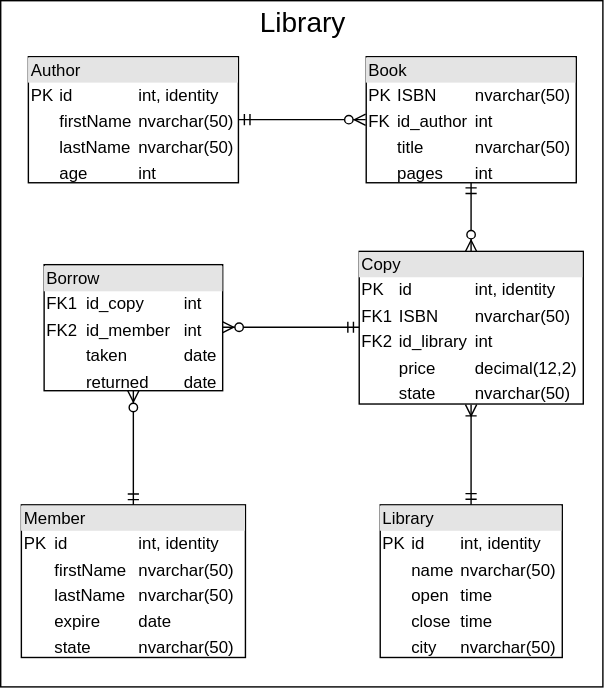
Before: library-diagram.svg, a diagram exported from draw.io (mikanaaa/library-database). Source tidied: cells renumbered, new cells last; positions are measured from the earlier drawing's top-left corner, leaving out a move shared by most shapes.
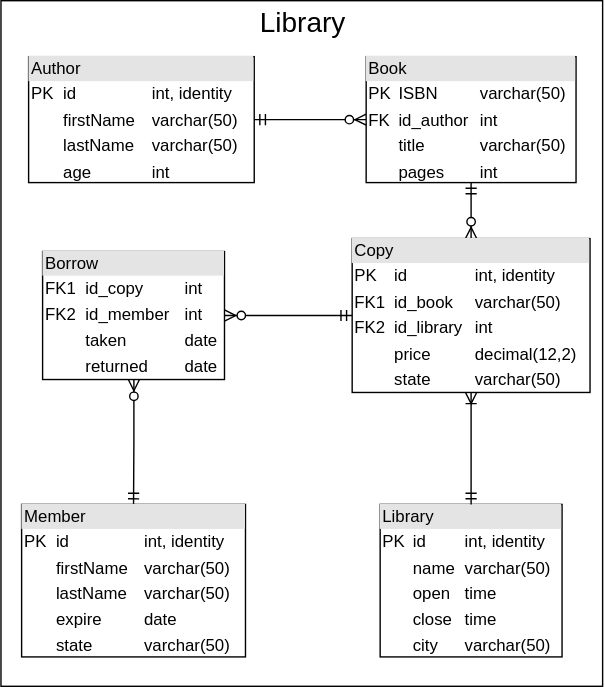
After the commit.

Commit message:
Fix issues with diagram * Nvarchar changed to varchar * copy -> ISBN changed to id_book

Change to the diagram source:
```diff
@@ -8,35 +8,35 @@
     <mxCell id="3" style="edgeStyle=orthogonalEdgeStyle;rounded=0;jettySize=auto;html=1;exitX=1;exitY=0.5;exitDx=0;exitDy=0;entryX=0;entryY=0.5;entryDx=0;entryDy=0;fontSize=30;startArrow=ERmandOne;startFill=0;endArrow=ERzeroToMany;endFill=1;" parent="1" edge="1" source="4" target="6">
       <mxGeometry relative="1" as="geometry" />
     </mxCell>
-    <mxCell id="4" value="&lt;div style=&quot;box-sizing: border-box ; width: 100% ; background: #e4e4e4 ; padding: 2px&quot;&gt;Author&lt;/div&gt;&lt;table style=&quot;width: 100% ; font-size: 1em&quot; cellpadding=&quot;2&quot; cellspacing=&quot;0&quot;&gt;&lt;tbody&gt;&lt;tr&gt;&lt;td&gt;PK&lt;/td&gt;&lt;td&gt;id&lt;/td&gt;&lt;td&gt;int, identity&lt;/td&gt;&lt;/tr&gt;&lt;tr&gt;&lt;td&gt;&lt;br&gt;&lt;/td&gt;&lt;td&gt;firstName&lt;/td&gt;&lt;td&gt;nvarchar(50)&lt;/td&gt;&lt;/tr&gt;&lt;tr&gt;&lt;td&gt;&lt;/td&gt;&lt;td&gt;lastName&lt;/td&gt;&lt;td&gt;nvarchar(50)&lt;/td&gt;&lt;/tr&gt;&lt;tr&gt;&lt;td&gt;&lt;br&gt;&lt;/td&gt;&lt;td&gt;age&lt;/td&gt;&lt;td&gt;int&lt;/td&gt;&lt;/tr&gt;&lt;/tbody&gt;&lt;/table&gt;" style="verticalAlign=top;align=left;overflow=fill;html=1;" parent="1" vertex="1">
-      <mxGeometry x="19.8" y="40" width="150" height="90" as="geometry" />
+    <mxCell id="4" value="&lt;div style=&quot;box-sizing: border-box ; width: 100% ; background: #e4e4e4 ; padding: 2px&quot;&gt;Author&lt;/div&gt;&lt;table style=&quot;width: 100% ; font-size: 1em&quot; cellpadding=&quot;2&quot; cellspacing=&quot;0&quot;&gt;&lt;tbody&gt;&lt;tr&gt;&lt;td&gt;PK&lt;/td&gt;&lt;td&gt;id&lt;/td&gt;&lt;td&gt;int, identity&lt;/td&gt;&lt;/tr&gt;&lt;tr&gt;&lt;td&gt;&lt;br&gt;&lt;/td&gt;&lt;td&gt;firstName&lt;/td&gt;&lt;td&gt;varchar(50)&lt;/td&gt;&lt;/tr&gt;&lt;tr&gt;&lt;td&gt;&lt;/td&gt;&lt;td&gt;lastName&lt;/td&gt;&lt;td&gt;varchar(50)&lt;/td&gt;&lt;/tr&gt;&lt;tr&gt;&lt;td&gt;&lt;br&gt;&lt;/td&gt;&lt;td&gt;age&lt;/td&gt;&lt;td&gt;int&lt;/td&gt;&lt;/tr&gt;&lt;/tbody&gt;&lt;/table&gt;" style="verticalAlign=top;align=left;overflow=fill;html=1;" parent="1" vertex="1">
+      <mxGeometry x="19.8" y="40" width="161.2" height="90" as="geometry" />
     </mxCell>
     <mxCell id="5" style="edgeStyle=orthogonalEdgeStyle;rounded=0;jettySize=auto;html=1;exitX=0.5;exitY=1;exitDx=0;exitDy=0;entryX=0.5;entryY=0;entryDx=0;entryDy=0;startArrow=ERmandOne;startFill=0;endArrow=ERzeroToMany;endFill=1;fontSize=30;" parent="1" edge="1" source="6" target="10">
       <mxGeometry relative="1" as="geometry" />
     </mxCell>
-    <mxCell id="6" value="&lt;div style=&quot;box-sizing: border-box ; width: 100% ; background: #e4e4e4 ; padding: 2px&quot;&gt;Book&lt;/div&gt;&lt;table style=&quot;width: 100% ; font-size: 1em&quot; cellpadding=&quot;2&quot; cellspacing=&quot;0&quot;&gt;&lt;tbody&gt;&lt;tr&gt;&lt;td&gt;PK&lt;/td&gt;&lt;td&gt;ISBN&lt;/td&gt;&lt;td&gt;nvarchar(50)&lt;/td&gt;&lt;/tr&gt;&lt;tr&gt;&lt;td&gt;FK&lt;/td&gt;&lt;td&gt;id_author&lt;/td&gt;&lt;td&gt;int&lt;/td&gt;&lt;/tr&gt;&lt;tr&gt;&lt;td&gt;&lt;/td&gt;&lt;td&gt;title&lt;/td&gt;&lt;td&gt;nvarchar(50)&lt;/td&gt;&lt;/tr&gt;&lt;tr&gt;&lt;td&gt;&lt;br&gt;&lt;/td&gt;&lt;td&gt;pages&lt;/td&gt;&lt;td&gt;int&lt;/td&gt;&lt;/tr&gt;&lt;/tbody&gt;&lt;/table&gt;" style="verticalAlign=top;align=left;overflow=fill;html=1;" parent="1" vertex="1">
+    <mxCell id="6" value="&lt;div style=&quot;box-sizing: border-box ; width: 100% ; background: #e4e4e4 ; padding: 2px&quot;&gt;Book&lt;/div&gt;&lt;table style=&quot;width: 100% ; font-size: 1em&quot; cellpadding=&quot;2&quot; cellspacing=&quot;0&quot;&gt;&lt;tbody&gt;&lt;tr&gt;&lt;td&gt;PK&lt;/td&gt;&lt;td&gt;ISBN&lt;/td&gt;&lt;td&gt;varchar(50)&lt;/td&gt;&lt;/tr&gt;&lt;tr&gt;&lt;td&gt;FK&lt;/td&gt;&lt;td&gt;id_author&lt;/td&gt;&lt;td&gt;int&lt;/td&gt;&lt;/tr&gt;&lt;tr&gt;&lt;td&gt;&lt;/td&gt;&lt;td&gt;title&lt;/td&gt;&lt;td&gt;varchar(50)&lt;/td&gt;&lt;/tr&gt;&lt;tr&gt;&lt;td&gt;&lt;br&gt;&lt;/td&gt;&lt;td&gt;pages&lt;/td&gt;&lt;td&gt;int&lt;/td&gt;&lt;/tr&gt;&lt;/tbody&gt;&lt;/table&gt;" style="verticalAlign=top;align=left;overflow=fill;html=1;" parent="1" vertex="1">
       <mxGeometry x="261" y="40" width="150" height="90" as="geometry" />
     </mxCell>
-    <mxCell id="7" value="&lt;div style=&quot;box-sizing: border-box ; width: 100% ; background: #e4e4e4 ; padding: 2px&quot;&gt;Library&lt;/div&gt;&lt;table style=&quot;width: 100% ; font-size: 1em&quot; cellpadding=&quot;2&quot; cellspacing=&quot;0&quot;&gt;&lt;tbody&gt;&lt;tr&gt;&lt;td&gt;PK&lt;/td&gt;&lt;td&gt;id&lt;/td&gt;&lt;td&gt;int, identity&lt;/td&gt;&lt;/tr&gt;&lt;tr&gt;&lt;td&gt;&lt;br&gt;&lt;/td&gt;&lt;td&gt;name&lt;/td&gt;&lt;td&gt;nvarchar(50)&lt;/td&gt;&lt;/tr&gt;&lt;tr&gt;&lt;td&gt;&lt;/td&gt;&lt;td&gt;open&lt;/td&gt;&lt;td&gt;time&lt;/td&gt;&lt;/tr&gt;&lt;tr&gt;&lt;td&gt;&lt;br&gt;&lt;/td&gt;&lt;td&gt;close&lt;/td&gt;&lt;td&gt;time&lt;/td&gt;&lt;/tr&gt;&lt;tr&gt;&lt;td&gt;&lt;br&gt;&lt;/td&gt;&lt;td&gt;city&lt;/td&gt;&lt;td&gt;nvarchar(50)&lt;/td&gt;&lt;/tr&gt;&lt;/tbody&gt;&lt;/table&gt;" style="verticalAlign=top;align=left;overflow=fill;html=1;" parent="1" vertex="1">
+    <mxCell id="7" value="&lt;div style=&quot;box-sizing: border-box ; width: 100% ; background: #e4e4e4 ; padding: 2px&quot;&gt;Library&lt;/div&gt;&lt;table style=&quot;width: 100% ; font-size: 1em&quot; cellpadding=&quot;2&quot; cellspacing=&quot;0&quot;&gt;&lt;tbody&gt;&lt;tr&gt;&lt;td&gt;PK&lt;/td&gt;&lt;td&gt;id&lt;/td&gt;&lt;td&gt;int, identity&lt;/td&gt;&lt;/tr&gt;&lt;tr&gt;&lt;td&gt;&lt;br&gt;&lt;/td&gt;&lt;td&gt;name&lt;/td&gt;&lt;td&gt;varchar(50)&lt;/td&gt;&lt;/tr&gt;&lt;tr&gt;&lt;td&gt;&lt;/td&gt;&lt;td&gt;open&lt;/td&gt;&lt;td&gt;time&lt;/td&gt;&lt;/tr&gt;&lt;tr&gt;&lt;td&gt;&lt;br&gt;&lt;/td&gt;&lt;td&gt;close&lt;/td&gt;&lt;td&gt;time&lt;/td&gt;&lt;/tr&gt;&lt;tr&gt;&lt;td&gt;&lt;br&gt;&lt;/td&gt;&lt;td&gt;city&lt;/td&gt;&lt;td&gt;varchar(50)&lt;/td&gt;&lt;/tr&gt;&lt;/tbody&gt;&lt;/table&gt;" style="verticalAlign=top;align=left;overflow=fill;html=1;" parent="1" vertex="1">
       <mxGeometry x="271" y="360" width="130" height="109" as="geometry" />
     </mxCell>
     <mxCell id="8" style="edgeStyle=orthogonalEdgeStyle;rounded=0;jettySize=auto;html=1;exitX=0.5;exitY=1;exitDx=0;exitDy=0;startArrow=ERoneToMany;startFill=0;endArrow=ERmandOne;endFill=0;fontSize=30;" parent="1" edge="1" source="10" target="7">
       <mxGeometry relative="1" as="geometry" />
     </mxCell>
-    <mxCell id="9" style="edgeStyle=orthogonalEdgeStyle;rounded=0;jettySize=auto;html=1;exitX=0;exitY=0.5;exitDx=0;exitDy=0;entryX=1;entryY=0.5;entryDx=0;entryDy=0;startArrow=ERmandOne;startFill=0;endArrow=ERzeroToMany;endFill=1;fontSize=30;" parent="1" edge="1" source="10" target="13">
+    <mxCell id="9" style="rounded=0;jettySize=auto;html=1;exitX=0;exitY=0.5;exitDx=0;exitDy=0;entryX=1;entryY=0.5;entryDx=0;entryDy=0;startArrow=ERmandOne;startFill=0;endArrow=ERzeroToMany;endFill=1;fontSize=30;" parent="1" edge="1" source="10" target="13">
       <mxGeometry relative="1" as="geometry" />
     </mxCell>
-    <mxCell id="10" value="&lt;div style=&quot;box-sizing: border-box ; width: 100% ; background: #e4e4e4 ; padding: 2px&quot;&gt;Copy&lt;/div&gt;&lt;table style=&quot;width: 100% ; font-size: 1em&quot; cellpadding=&quot;2&quot; cellspacing=&quot;0&quot;&gt;&lt;tbody&gt;&lt;tr&gt;&lt;td&gt;PK&lt;/td&gt;&lt;td&gt;id&lt;/td&gt;&lt;td&gt;int, identity&lt;/td&gt;&lt;/tr&gt;&lt;tr&gt;&lt;td&gt;FK1&lt;/td&gt;&lt;td&gt;ISBN&lt;/td&gt;&lt;td&gt;nvarchar(50)&lt;/td&gt;&lt;/tr&gt;&lt;tr&gt;&lt;td&gt;FK2&lt;/td&gt;&lt;td&gt;id_library&lt;/td&gt;&lt;td&gt;int&lt;/td&gt;&lt;/tr&gt;&lt;tr&gt;&lt;td&gt;&lt;br&gt;&lt;/td&gt;&lt;td&gt;price&lt;/td&gt;&lt;td&gt;decimal(12,2)&lt;/td&gt;&lt;/tr&gt;&lt;tr&gt;&lt;td&gt;&lt;br&gt;&lt;/td&gt;&lt;td&gt;state&lt;/td&gt;&lt;td&gt;nvarchar(50)&lt;/td&gt;&lt;/tr&gt;&lt;/tbody&gt;&lt;/table&gt;" style="verticalAlign=top;align=left;overflow=fill;html=1;" parent="1" vertex="1">
-      <mxGeometry x="256" y="179" width="160" height="109" as="geometry" />
+    <mxCell id="10" value="&lt;div style=&quot;box-sizing: border-box ; width: 100% ; background: #e4e4e4 ; padding: 2px&quot;&gt;Copy&lt;/div&gt;&lt;table style=&quot;width: 100% ; font-size: 1em&quot; cellpadding=&quot;2&quot; cellspacing=&quot;0&quot;&gt;&lt;tbody&gt;&lt;tr&gt;&lt;td&gt;PK&lt;/td&gt;&lt;td&gt;id&lt;/td&gt;&lt;td&gt;int, identity&lt;/td&gt;&lt;/tr&gt;&lt;tr&gt;&lt;td&gt;FK1&lt;/td&gt;&lt;td&gt;id_book&lt;/td&gt;&lt;td&gt;varchar(50)&lt;/td&gt;&lt;/tr&gt;&lt;tr&gt;&lt;td&gt;FK2&lt;/td&gt;&lt;td&gt;id_library&lt;/td&gt;&lt;td&gt;int&lt;/td&gt;&lt;/tr&gt;&lt;tr&gt;&lt;td&gt;&lt;br&gt;&lt;/td&gt;&lt;td&gt;price&lt;/td&gt;&lt;td&gt;decimal(12,2)&lt;/td&gt;&lt;/tr&gt;&lt;tr&gt;&lt;td&gt;&lt;br&gt;&lt;/td&gt;&lt;td&gt;state&lt;/td&gt;&lt;td&gt;varchar(50)&lt;/td&gt;&lt;/tr&gt;&lt;/tbody&gt;&lt;/table&gt;" style="verticalAlign=top;align=left;overflow=fill;html=1;" parent="1" vertex="1">
+      <mxGeometry x="251" y="170" width="170" height="110" as="geometry" />
     </mxCell>
     <mxCell id="11" style="edgeStyle=orthogonalEdgeStyle;rounded=0;jettySize=auto;html=1;exitX=0.5;exitY=0;exitDx=0;exitDy=0;startArrow=ERmandOne;startFill=0;endArrow=ERzeroToMany;endFill=1;fontSize=30;" parent="1" edge="1" source="12" target="13">
       <mxGeometry relative="1" as="geometry" />
     </mxCell>
-    <mxCell id="12" value="&lt;div style=&quot;box-sizing: border-box ; width: 100% ; background: #e4e4e4 ; padding: 2px&quot;&gt;Member&lt;/div&gt;&lt;table style=&quot;width: 100% ; font-size: 1em&quot; cellpadding=&quot;2&quot; cellspacing=&quot;0&quot;&gt;&lt;tbody&gt;&lt;tr&gt;&lt;td&gt;PK&lt;/td&gt;&lt;td&gt;id&lt;/td&gt;&lt;td&gt;int, identity&lt;/td&gt;&lt;/tr&gt;&lt;tr&gt;&lt;td&gt;&lt;br&gt;&lt;/td&gt;&lt;td&gt;firstName&lt;/td&gt;&lt;td&gt;nvarchar(50)&lt;/td&gt;&lt;/tr&gt;&lt;tr&gt;&lt;td&gt;&lt;br&gt;&lt;/td&gt;&lt;td&gt;lastName&lt;/td&gt;&lt;td&gt;nvarchar(50)&lt;/td&gt;&lt;/tr&gt;&lt;tr&gt;&lt;td&gt;&lt;br&gt;&lt;/td&gt;&lt;td&gt;expire&lt;/td&gt;&lt;td&gt;date&lt;/td&gt;&lt;/tr&gt;&lt;tr&gt;&lt;td&gt;&lt;br&gt;&lt;/td&gt;&lt;td&gt;state&lt;/td&gt;&lt;td&gt;nvarchar(50)&lt;/td&gt;&lt;/tr&gt;&lt;/tbody&gt;&lt;/table&gt;" style="verticalAlign=top;align=left;overflow=fill;html=1;" parent="1" vertex="1">
+    <mxCell id="12" value="&lt;div style=&quot;box-sizing: border-box ; width: 100% ; background: #e4e4e4 ; padding: 2px&quot;&gt;Member&lt;/div&gt;&lt;table style=&quot;width: 100% ; font-size: 1em&quot; cellpadding=&quot;2&quot; cellspacing=&quot;0&quot;&gt;&lt;tbody&gt;&lt;tr&gt;&lt;td&gt;PK&lt;/td&gt;&lt;td&gt;id&lt;/td&gt;&lt;td&gt;int, identity&lt;/td&gt;&lt;/tr&gt;&lt;tr&gt;&lt;td&gt;&lt;br&gt;&lt;/td&gt;&lt;td&gt;firstName&lt;/td&gt;&lt;td&gt;varchar(50)&lt;/td&gt;&lt;/tr&gt;&lt;tr&gt;&lt;td&gt;&lt;br&gt;&lt;/td&gt;&lt;td&gt;lastName&lt;/td&gt;&lt;td&gt;varchar(50)&lt;/td&gt;&lt;/tr&gt;&lt;tr&gt;&lt;td&gt;&lt;br&gt;&lt;/td&gt;&lt;td&gt;expire&lt;/td&gt;&lt;td&gt;date&lt;/td&gt;&lt;/tr&gt;&lt;tr&gt;&lt;td&gt;&lt;br&gt;&lt;/td&gt;&lt;td&gt;state&lt;/td&gt;&lt;td&gt;varchar(50)&lt;/td&gt;&lt;/tr&gt;&lt;/tbody&gt;&lt;/table&gt;" style="verticalAlign=top;align=left;overflow=fill;html=1;" parent="1" vertex="1">
       <mxGeometry x="14.8" y="360" width="160" height="109" as="geometry" />
     </mxCell>
     <mxCell id="13" value="&lt;div style=&quot;box-sizing: border-box ; width: 100% ; background: #e4e4e4 ; padding: 2px&quot;&gt;Borrow&lt;/div&gt;&lt;table style=&quot;width: 100% ; font-size: 1em&quot; cellpadding=&quot;2&quot; cellspacing=&quot;0&quot;&gt;&lt;tbody&gt;&lt;tr&gt;&lt;td&gt;FK1&lt;/td&gt;&lt;td&gt;id_copy&lt;/td&gt;&lt;td&gt;int&lt;/td&gt;&lt;/tr&gt;&lt;tr&gt;&lt;td&gt;FK2&lt;/td&gt;&lt;td&gt;id_member&lt;/td&gt;&lt;td&gt;int&lt;/td&gt;&lt;/tr&gt;&lt;tr&gt;&lt;td&gt;&lt;/td&gt;&lt;td&gt;taken&lt;/td&gt;&lt;td&gt;date&lt;/td&gt;&lt;/tr&gt;&lt;tr&gt;&lt;td&gt;&lt;br&gt;&lt;/td&gt;&lt;td&gt;returned&lt;/td&gt;&lt;td&gt;date&lt;/td&gt;&lt;/tr&gt;&lt;/tbody&gt;&lt;/table&gt;" style="verticalAlign=top;align=left;overflow=fill;html=1;" parent="1" vertex="1">
-      <mxGeometry x="31" y="188.5" width="127.5" height="90" as="geometry" />
+      <mxGeometry x="29.8" y="179.2" width="130" height="91.5" as="geometry" />
     </mxCell>
     <mxCell id="14" value="Library" style="text;html=1;strokeColor=none;fillColor=none;align=center;verticalAlign=middle;whiteSpace=wrap;rounded=0;fontSize=20;" parent="1" vertex="1">
       <mxGeometry x="0.6" width="430.4" height="30" as="geometry" />
```
